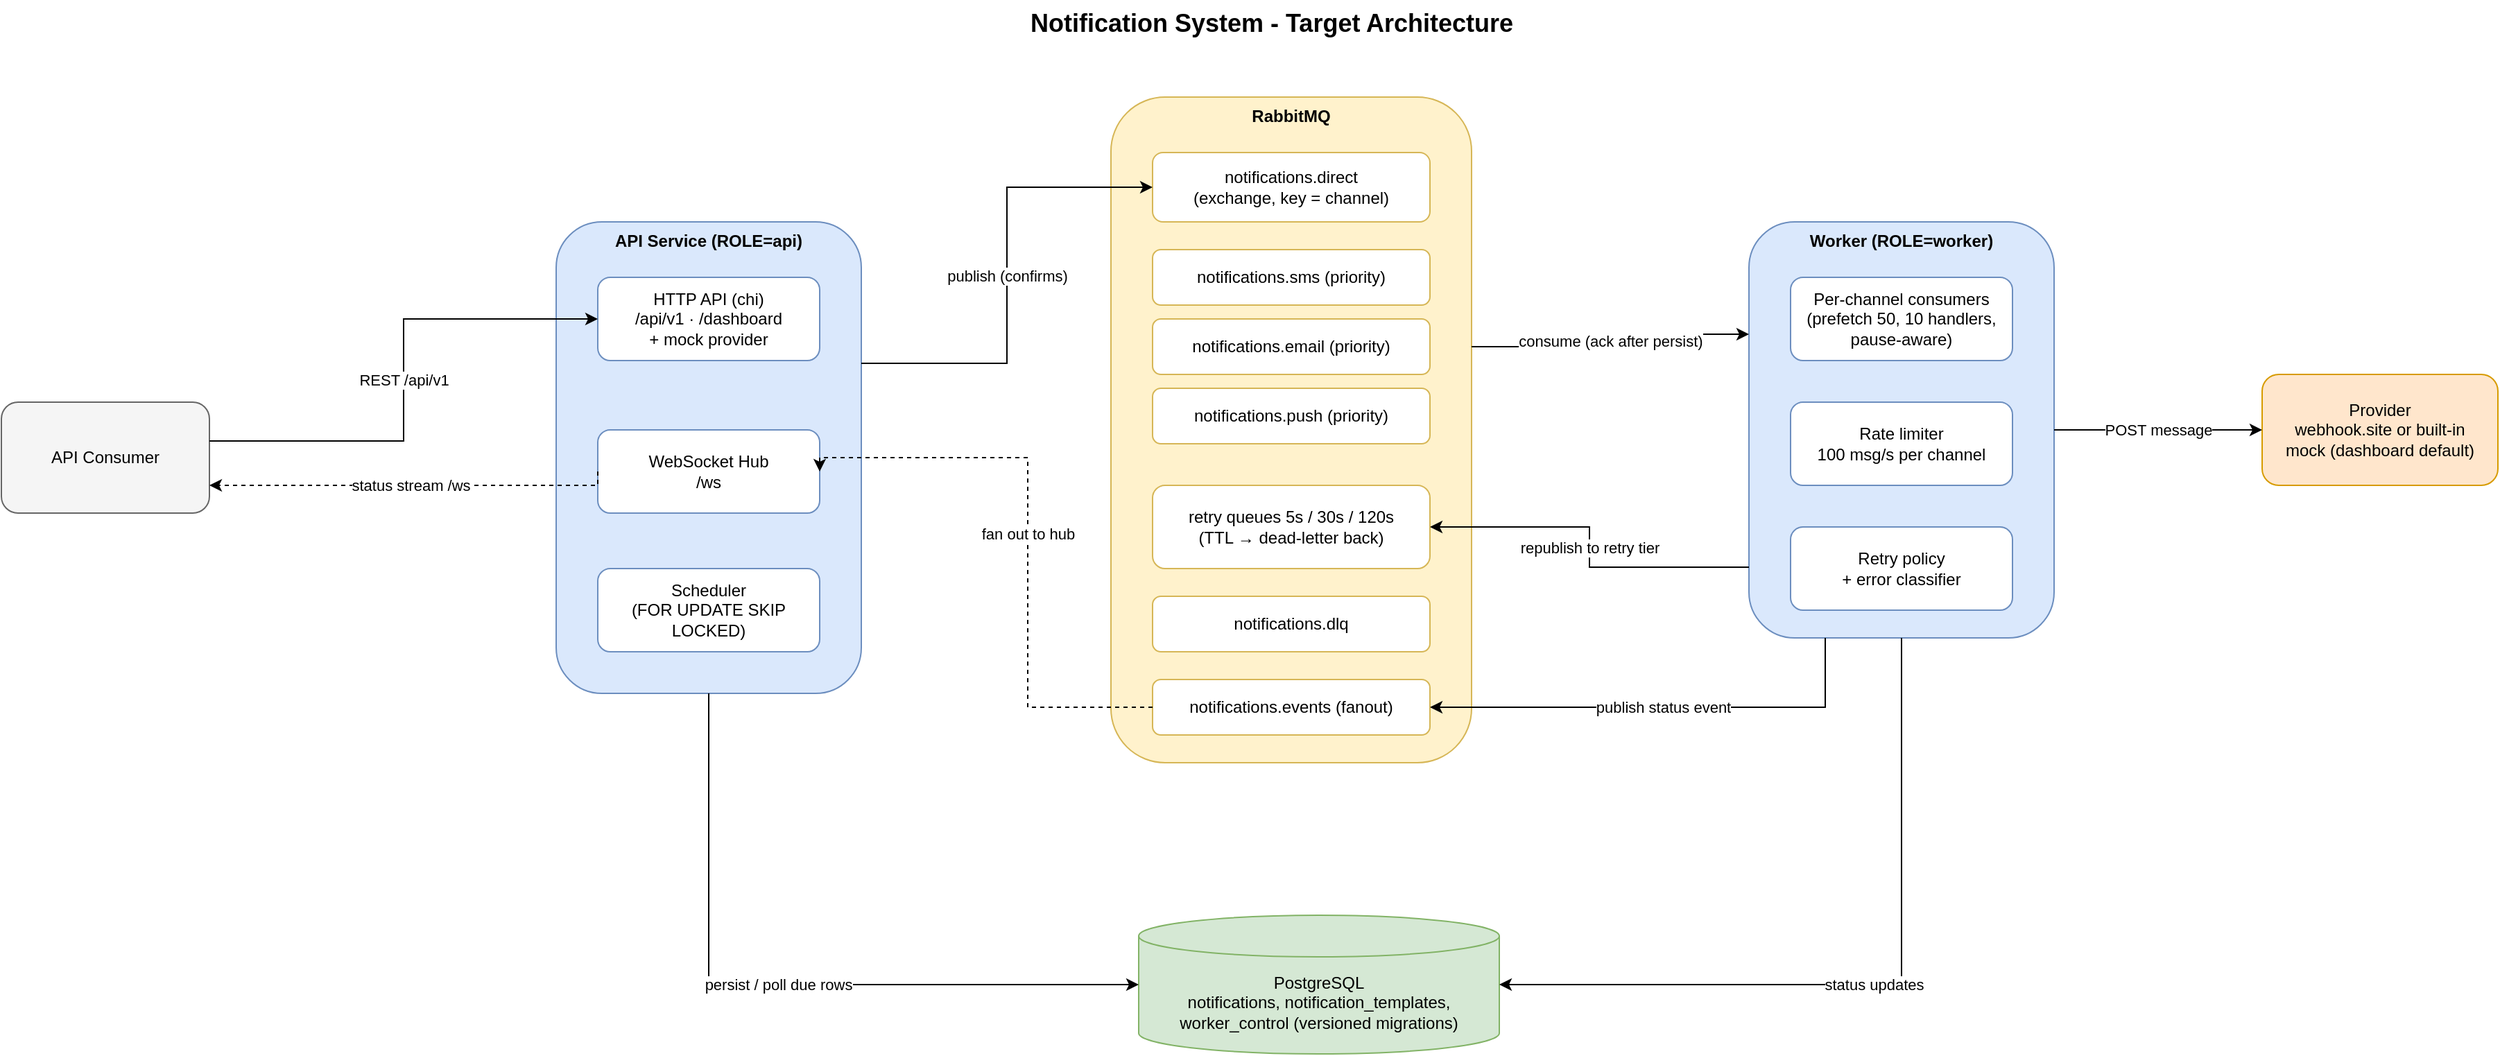
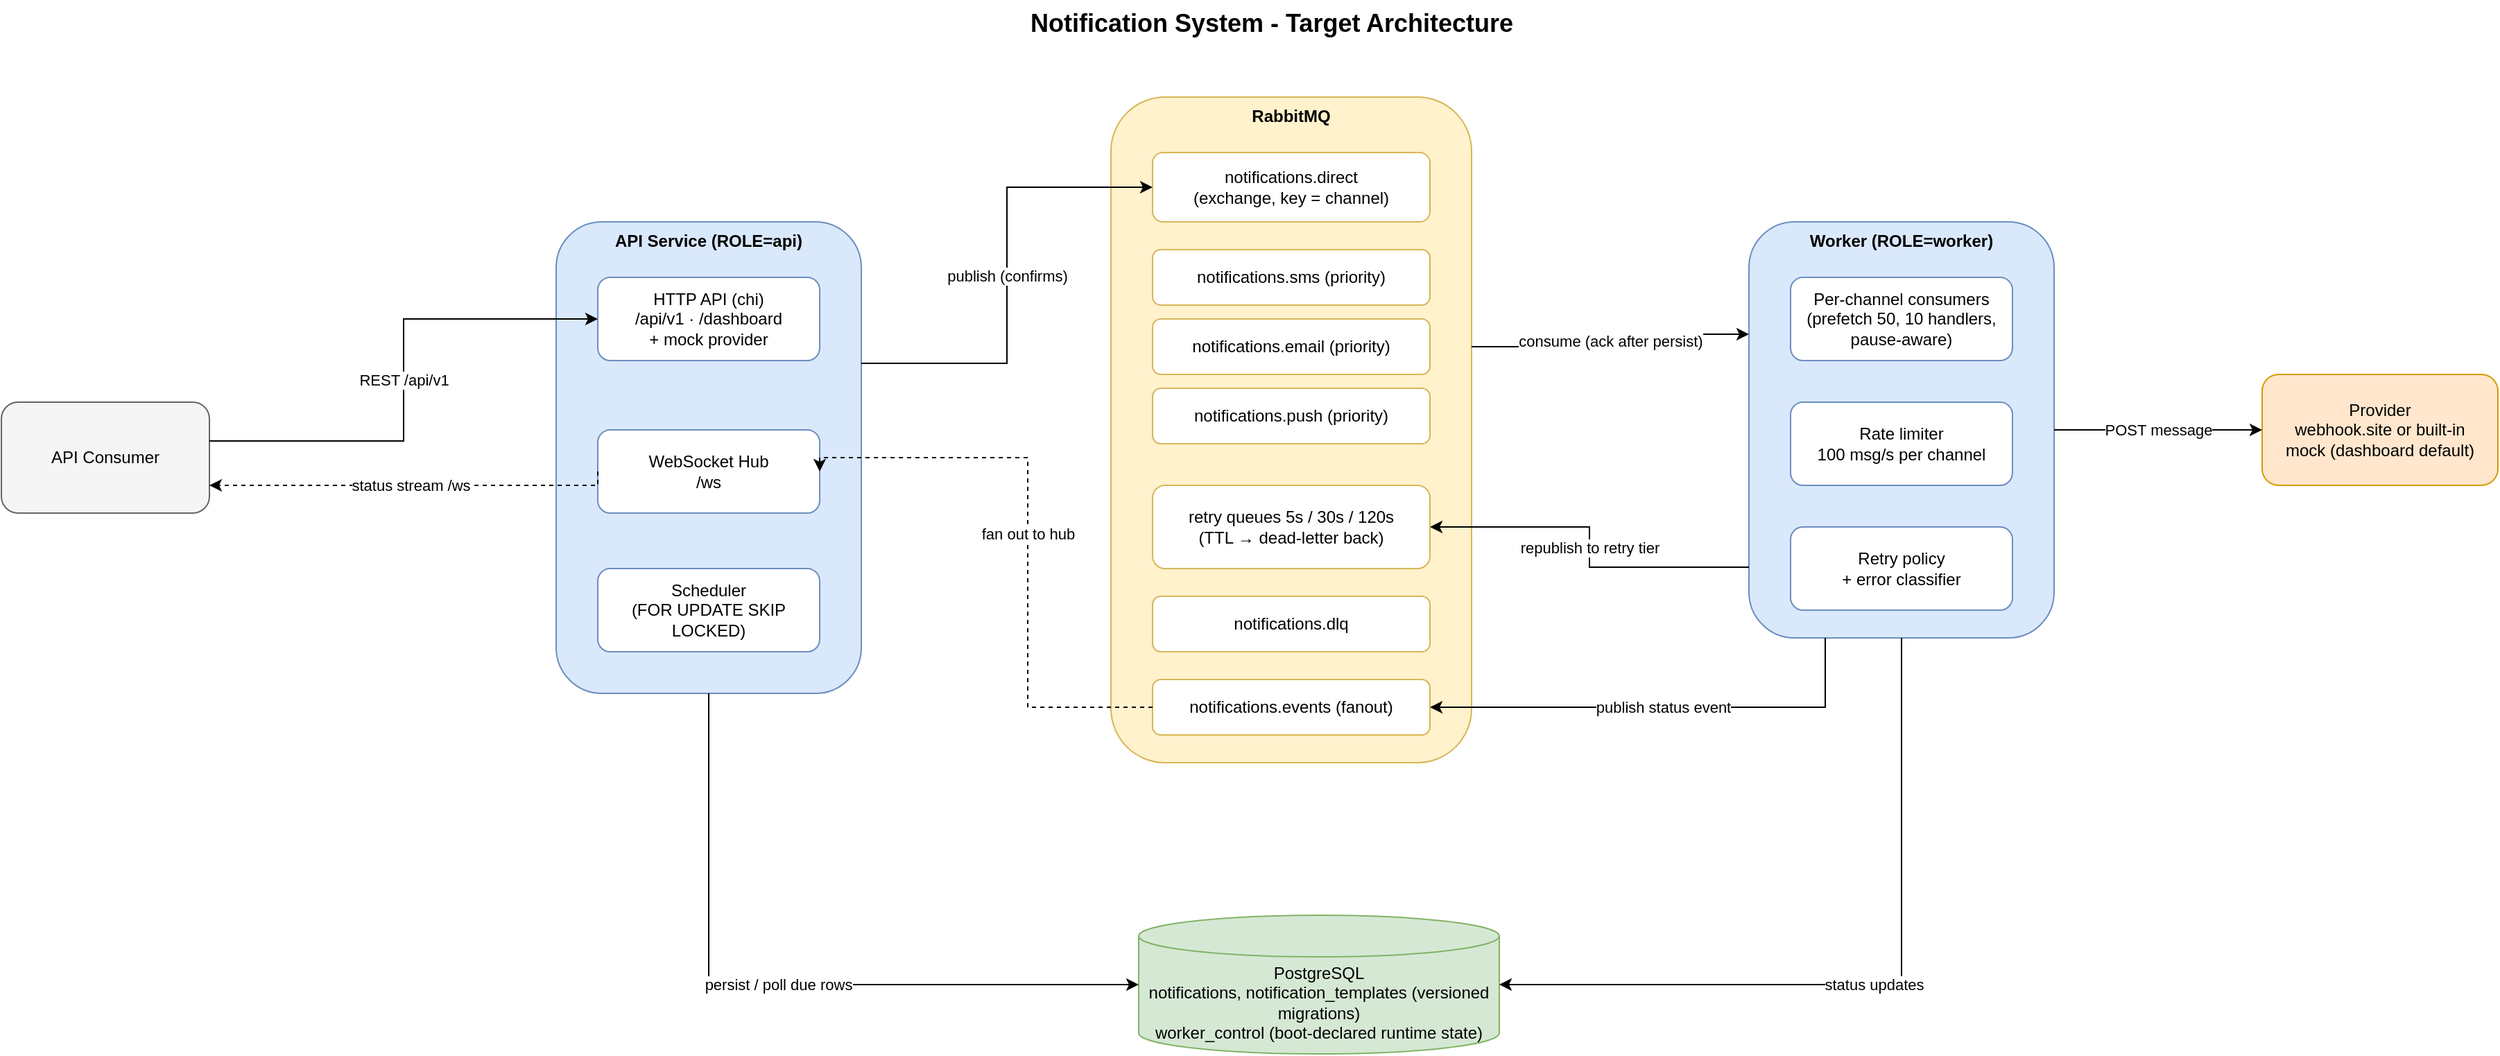
<mxfile host="app.diagrams.net" agent="drawio">
  <diagram id="notification-architecture" name="Architecture">
    <mxGraphModel dx="2955" dy="811" grid="1" gridSize="10" guides="1" tooltips="1" connect="1" arrows="1" fold="1" page="1" pageScale="1" pageWidth="1500" pageHeight="800" math="0" shadow="0">
      <root>
        <mxCell id="0" />
        <mxCell id="1" parent="0" />
        <mxCell id="title" parent="1" style="text;html=1;fontSize=18;fontStyle=1;align=left;" value="Notification System - Target Architecture" vertex="1">
          <mxGeometry height="30" width="360" x="520" y="10" as="geometry" />
        </mxCell>
        <mxCell id="client" parent="1" style="rounded=1;whiteSpace=wrap;html=1;fillColor=#f5f5f5;strokeColor=#666666;" value="API Consumer" vertex="1">
          <mxGeometry height="80" width="150" x="-220" y="300" as="geometry" />
        </mxCell>
        <mxCell id="apisvc" parent="1" style="rounded=1;whiteSpace=wrap;html=1;verticalAlign=top;fontStyle=1;fillColor=#dae8fc;strokeColor=#6c8ebf;" value="API Service (ROLE=api)" vertex="1">
          <mxGeometry height="340" width="220" x="180" y="170" as="geometry" />
        </mxCell>
        <mxCell id="httpapi" parent="apisvc" style="rounded=1;whiteSpace=wrap;html=1;fillColor=#ffffff;strokeColor=#6c8ebf;" value="HTTP API (chi)&#xa;/api/v1 · /dashboard&#xa;+ mock provider" vertex="1">
          <mxGeometry height="60" width="160" x="30" y="40" as="geometry" />
        </mxCell>
        <mxCell id="wshub" parent="apisvc" style="rounded=1;whiteSpace=wrap;html=1;fillColor=#ffffff;strokeColor=#6c8ebf;" value="WebSocket Hub&#xa;/ws" vertex="1">
          <mxGeometry height="60" width="160" x="30" y="150" as="geometry" />
        </mxCell>
        <mxCell id="scheduler" parent="apisvc" style="rounded=1;whiteSpace=wrap;html=1;fillColor=#ffffff;strokeColor=#6c8ebf;" value="Scheduler&#xa;(FOR UPDATE SKIP LOCKED)" vertex="1">
          <mxGeometry height="60" width="160" x="30" y="250" as="geometry" />
        </mxCell>
        <mxCell id="rabbit" parent="1" style="rounded=1;whiteSpace=wrap;html=1;verticalAlign=top;fontStyle=1;fillColor=#fff2cc;strokeColor=#d6b656;" value="RabbitMQ" vertex="1">
          <mxGeometry height="480" width="260" x="580" y="80" as="geometry" />
        </mxCell>
        <mxCell id="exchange" parent="rabbit" style="rounded=1;whiteSpace=wrap;html=1;fillColor=#ffffff;strokeColor=#d6b656;" value="notifications.direct&#xa;(exchange, key = channel)" vertex="1">
          <mxGeometry height="50" width="200" x="30" y="40" as="geometry" />
        </mxCell>
        <mxCell id="qsms" parent="rabbit" style="rounded=1;whiteSpace=wrap;html=1;fillColor=#ffffff;strokeColor=#d6b656;" value="notifications.sms (priority)" vertex="1">
          <mxGeometry height="40" width="200" x="30" y="110" as="geometry" />
        </mxCell>
        <mxCell id="qemail" parent="rabbit" style="rounded=1;whiteSpace=wrap;html=1;fillColor=#ffffff;strokeColor=#d6b656;" value="notifications.email (priority)" vertex="1">
          <mxGeometry height="40" width="200" x="30" y="160" as="geometry" />
        </mxCell>
        <mxCell id="qpush" parent="rabbit" style="rounded=1;whiteSpace=wrap;html=1;fillColor=#ffffff;strokeColor=#d6b656;" value="notifications.push (priority)" vertex="1">
          <mxGeometry height="40" width="200" x="30" y="210" as="geometry" />
        </mxCell>
        <mxCell id="retryq" parent="rabbit" style="rounded=1;whiteSpace=wrap;html=1;fillColor=#ffffff;strokeColor=#d6b656;" value="retry queues 5s / 30s / 120s&#xa;(TTL → dead-letter back)" vertex="1">
          <mxGeometry height="60" width="200" x="30" y="280" as="geometry" />
        </mxCell>
        <mxCell id="dlq" parent="rabbit" style="rounded=1;whiteSpace=wrap;html=1;fillColor=#ffffff;strokeColor=#d6b656;" value="notifications.dlq" vertex="1">
          <mxGeometry height="40" width="200" x="30" y="360" as="geometry" />
        </mxCell>
        <mxCell id="events" parent="rabbit" style="rounded=1;whiteSpace=wrap;html=1;fillColor=#ffffff;strokeColor=#d6b656;" value="notifications.events (fanout)" vertex="1">
          <mxGeometry height="40" width="200" x="30" y="420" as="geometry" />
        </mxCell>
        <mxCell id="workersvc" parent="1" style="rounded=1;whiteSpace=wrap;html=1;verticalAlign=top;fontStyle=1;fillColor=#dae8fc;strokeColor=#6c8ebf;" value="Worker (ROLE=worker)" vertex="1">
          <mxGeometry height="300" width="220" x="1040" y="170" as="geometry" />
        </mxCell>
        <mxCell id="consumers" parent="workersvc" style="rounded=1;whiteSpace=wrap;html=1;fillColor=#ffffff;strokeColor=#6c8ebf;" value="Per-channel consumers&#xa;(prefetch 50, 10 handlers,&#xa;pause-aware)" vertex="1">
          <mxGeometry height="60" width="160" x="30" y="40" as="geometry" />
        </mxCell>
        <mxCell id="limiter" parent="workersvc" style="rounded=1;whiteSpace=wrap;html=1;fillColor=#ffffff;strokeColor=#6c8ebf;" value="Rate limiter&#xa;100 msg/s per channel" vertex="1">
          <mxGeometry height="60" width="160" x="30" y="130" as="geometry" />
        </mxCell>
        <mxCell id="retrypolicy" parent="workersvc" style="rounded=1;whiteSpace=wrap;html=1;fillColor=#ffffff;strokeColor=#6c8ebf;" value="Retry policy&#xa;+ error classifier" vertex="1">
          <mxGeometry height="60" width="160" x="30" y="220" as="geometry" />
        </mxCell>
        <mxCell id="provider" parent="1" style="rounded=1;whiteSpace=wrap;html=1;fillColor=#ffe6cc;strokeColor=#d79b00;" value="Provider&#xa;webhook.site or built-in&#xa;mock (dashboard default)" vertex="1">
          <mxGeometry height="80" width="170" x="1410" y="280" as="geometry" />
        </mxCell>
-         <mxCell id="postgres" parent="1" style="shape=cylinder3;whiteSpace=wrap;html=1;boundedLbl=1;backgroundOutline=1;size=15;fillColor=#d5e8d4;strokeColor=#82b366;" value="PostgreSQL&#xa;notifications, notification_templates, worker_control (versioned migrations)" vertex="1">
+         <mxCell id="postgres" parent="1" style="shape=cylinder3;whiteSpace=wrap;html=1;boundedLbl=1;backgroundOutline=1;size=15;fillColor=#d5e8d4;strokeColor=#82b366;" value="PostgreSQL&#xa;notifications, notification_templates (versioned migrations)&#xa;worker_control (boot-declared runtime state)" vertex="1">
          <mxGeometry height="100" width="260" x="600" y="670" as="geometry" />
        </mxCell>
        <mxCell id="e1" edge="1" parent="1" source="client" style="edgeStyle=orthogonalEdgeStyle;rounded=0;html=1;exitX=1;exitY=0.35;exitDx=0;exitDy=0;entryX=0;entryY=0.5;entryDx=0;entryDy=0;" target="httpapi" value="REST /api/v1">
          <mxGeometry relative="1" as="geometry" />
        </mxCell>
        <mxCell id="e2" edge="1" parent="1" source="wshub" style="edgeStyle=orthogonalEdgeStyle;rounded=0;html=1;dashed=1;exitX=0;exitY=0.5;exitDx=0;exitDy=0;entryX=1;entryY=0.75;entryDx=0;entryDy=0;" target="client" value="status stream /ws">
          <mxGeometry relative="1" as="geometry">
            <Array as="points">
              <mxPoint x="210" y="360" />
            </Array>
          </mxGeometry>
        </mxCell>
        <mxCell id="e3" edge="1" parent="1" source="apisvc" style="edgeStyle=orthogonalEdgeStyle;rounded=0;html=1;exitX=1;exitY=0.3;exitDx=0;exitDy=0;entryX=0;entryY=0.5;entryDx=0;entryDy=0;" target="exchange" value="publish (confirms)">
          <mxGeometry relative="1" as="geometry" />
        </mxCell>
        <mxCell id="e4" edge="1" parent="1" source="apisvc" style="edgeStyle=orthogonalEdgeStyle;rounded=0;html=1;exitX=0.5;exitY=1;exitDx=0;exitDy=0;entryX=0;entryY=0.5;entryDx=0;entryDy=0;" target="postgres" value="persist / poll due rows">
          <mxGeometry relative="1" as="geometry">
            <Array as="points">
              <mxPoint x="290" y="720" />
            </Array>
          </mxGeometry>
        </mxCell>
        <mxCell id="e5" edge="1" parent="1" source="rabbit" style="edgeStyle=orthogonalEdgeStyle;rounded=0;html=1;exitX=1;exitY=0.375;exitDx=0;exitDy=0;entryX=0;entryY=0.27;entryDx=0;entryDy=0;" target="workersvc" value="consume (ack after persist)">
          <mxGeometry relative="1" as="geometry" />
        </mxCell>
        <mxCell id="e6" edge="1" parent="1" source="workersvc" style="edgeStyle=orthogonalEdgeStyle;rounded=0;html=1;exitX=1;exitY=0.5;exitDx=0;exitDy=0;entryX=0;entryY=0.5;entryDx=0;entryDy=0;" target="provider" value="POST message">
          <mxGeometry relative="1" as="geometry" />
        </mxCell>
        <mxCell id="e7" edge="1" parent="1" source="workersvc" style="edgeStyle=orthogonalEdgeStyle;rounded=0;html=1;exitX=0.5;exitY=1;exitDx=0;exitDy=0;entryX=1;entryY=0.5;entryDx=0;entryDy=0;" target="postgres" value="status updates">
          <mxGeometry relative="1" as="geometry">
            <Array as="points">
              <mxPoint x="1150" y="720" />
            </Array>
          </mxGeometry>
        </mxCell>
        <mxCell id="e8" edge="1" parent="1" source="workersvc" style="edgeStyle=orthogonalEdgeStyle;rounded=0;html=1;exitX=0;exitY=0.83;exitDx=0;exitDy=0;entryX=1;entryY=0.5;entryDx=0;entryDy=0;" target="retryq" value="republish to retry tier">
          <mxGeometry relative="1" as="geometry" />
        </mxCell>
        <mxCell id="e9" edge="1" parent="1" source="workersvc" style="edgeStyle=orthogonalEdgeStyle;rounded=0;html=1;exitX=0.25;exitY=1;exitDx=0;exitDy=0;entryX=1;entryY=0.5;entryDx=0;entryDy=0;" target="events" value="publish status event">
          <mxGeometry relative="1" as="geometry">
            <Array as="points">
              <mxPoint x="1095" y="520" />
            </Array>
          </mxGeometry>
        </mxCell>
        <mxCell id="e10" edge="1" parent="1" source="events" style="edgeStyle=orthogonalEdgeStyle;rounded=0;html=1;dashed=1;exitX=0;exitY=0.5;exitDx=0;exitDy=0;entryX=1;entryY=0.5;entryDx=0;entryDy=0;" target="wshub" value="fan out to hub">
          <mxGeometry relative="1" as="geometry">
            <Array as="points">
              <mxPoint x="520" y="520" />
              <mxPoint x="520" y="340" />
            </Array>
          </mxGeometry>
        </mxCell>
      </root>
    </mxGraphModel>
  </diagram>
</mxfile>
